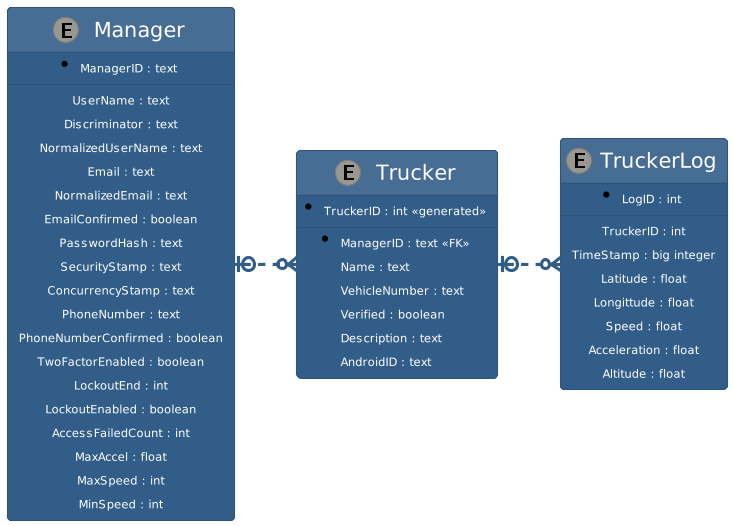
Above: docs/report/diag/erd.png in tevoza/fleet-tracker (PlantUML), before the change. Its diagram source:
```plantuml
@startuml
left to right direction
!theme sandstone
skinparam defaultTextAlignment center
skinparam defaultFontSize 20

entity Trucker {
    *TruckerID : int <<generated>>
    --
    *ManagerID : text <<FK>>
    Name : text
    VehicleNumber : text
    Verified : boolean
    Description : text
    AndroidID : text
}

entity TruckerLog {
    *LogID : int
    --
    TruckerID : int
    TimeStamp : big integer
    Latitude : float
    Longittude : float
    Speed : float
    Acceleration : float
    Altitude : float
}

entity Manager {
    *ManagerID : text
    --
    UserName : text
    Discriminator : text
    NormalizedUserName : text
    Email : text
    NormalizedEmail : text
    EmailConfirmed : boolean
    PasswordHash : text
    SecurityStamp : text
    ConcurrencyStamp : text
    PhoneNumber : text
    PhoneNumberConfirmed : boolean
    TwoFactorEnabled : boolean
    LockoutEnd : int
    LockoutEnabled : boolean
    AccessFailedCount : int
    MaxAccel : float
    MaxSpeed : int
    MinSpeed : int
}

Trucker |o..o{ TruckerLog
Manager |o..o{ Trucker

@enduml
```
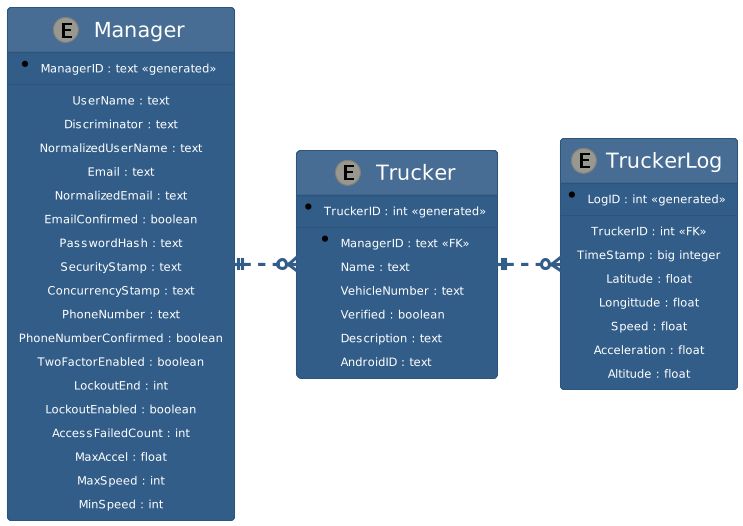
The same file after the commit.

Change to the diagram source:
```diff
@@ -16,9 +16,9 @@
 }
 
 entity TruckerLog {
-    *LogID : int
+    *LogID : int <<generated>>
     --
-    TruckerID : int
+    TruckerID : int <<FK>>
     TimeStamp : big integer
     Latitude : float
     Longittude : float
@@ -28,7 +28,7 @@
 }
 
 entity Manager {
-    *ManagerID : text
+    *ManagerID : text <<generated>>
     --
     UserName : text
     Discriminator : text
@@ -50,7 +50,7 @@
     MinSpeed : int
 }
 
-Trucker |o..o{ TruckerLog
-Manager |o..o{ Trucker
+Trucker ||..o{ TruckerLog
+Manager ||..o{ Trucker
 
 @enduml
```
